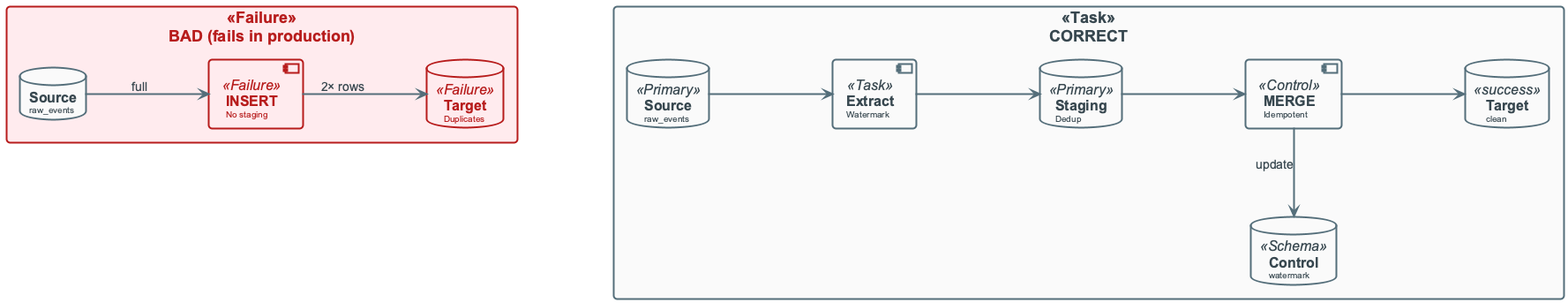
Before: diagrams/week04/week4_lecture_bad_architecture.png, a diagram exported from PlantUML (OrPerets/data-engineering-course).
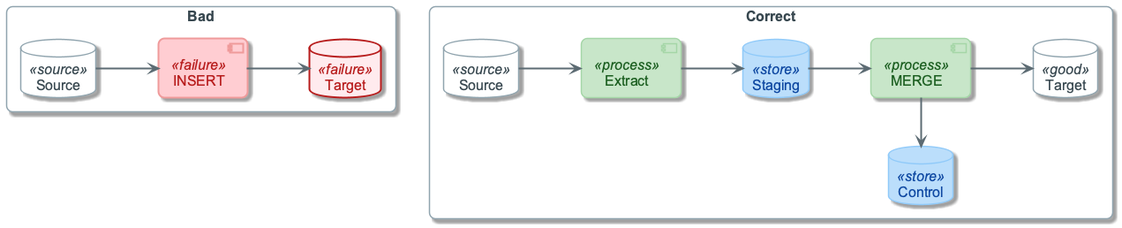
The same file after the commit.

The edit, as a diff of the source:
```diff
@@ -1,29 +1,33 @@
 @startuml
-
 !include ../_template_styles.puml
+!include _week4_visual_style.puml
 
 top to bottom direction
+skinparam nodesep 70
+skinparam ranksep 55
 
-rectangle "BAD (fails in production)" <<Failure>> {
-    database "**Source**\n<size:10>raw_events</size>" as SRC_BAD
-    component "**INSERT**\n<size:10>No staging</size>" as INS_BAD <<Failure>>
-    database "**Target**\n<size:10>Duplicates</size>" as TGT_BAD <<Failure>>
-    SRC_BAD -right-> INS_BAD : "full"
-    INS_BAD -right-> TGT_BAD : "2× rows"
+rectangle "Bad" as BAD {
+  database "Source" as SRC_BAD <<source>>
+  component "INSERT" as INS_BAD <<failure>>
+  database "Target" as TGT_BAD <<failure>>
+  SRC_BAD -right-> INS_BAD
+  INS_BAD -right-> TGT_BAD
 }
 
-rectangle "CORRECT" <<Task>> {
-    database "**Source**\n<size:10>raw_events</size>" as SRC_OK <<Primary>>
-    component "**Extract**\n<size:10>Watermark</size>" as EXT <<Task>>
-    database "**Staging**\n<size:10>Dedup</size>" as STG <<Primary>>
-    component "**MERGE**\n<size:10>Idempotent</size>" as MERGE <<Control>>
-    database "**Target**\n<size:10>clean</size>" as TGT_OK <<success>>
-    database "**Control**\n<size:10>watermark</size>" as CTRL <<Schema>>
-    SRC_OK -right-> EXT
-    EXT -right-> STG
-    STG -right-> MERGE
-    MERGE -right-> TGT_OK
-    MERGE -down-> CTRL : "update"
+rectangle "Correct" as OK {
+  database "Source" as SRC_OK <<source>>
+  component "Extract" as EXT <<process>>
+  database "Staging" as STG <<store>>
+  component "MERGE" as MERGE <<process>>
+  database "Target" as TGT_OK <<good>>
+  database "Control" as CTRL <<store>>
+  SRC_OK -right-> EXT
+  EXT -right-> STG
+  STG -right-> MERGE
+  MERGE -right-> TGT_OK
+  MERGE -down-> CTRL
 }
 
+TGT_BAD -[hidden]right- SRC_OK
+
 @enduml
```
